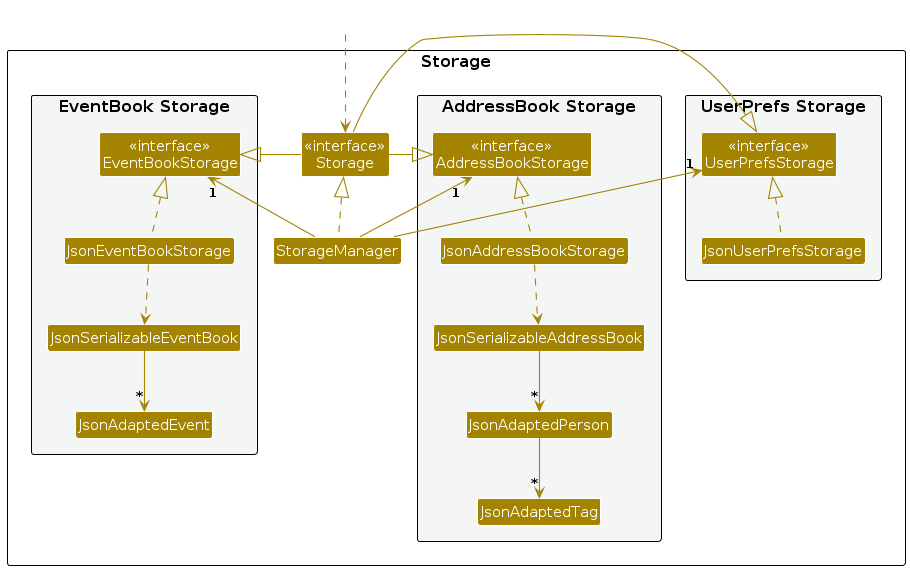
This is diagrams/StorageClassDiagram.png from AriellaCallista/tp, a PlantUML export, as it was before one commit. Its source is kept beside it as diagrams/StorageClassDiagram.puml.
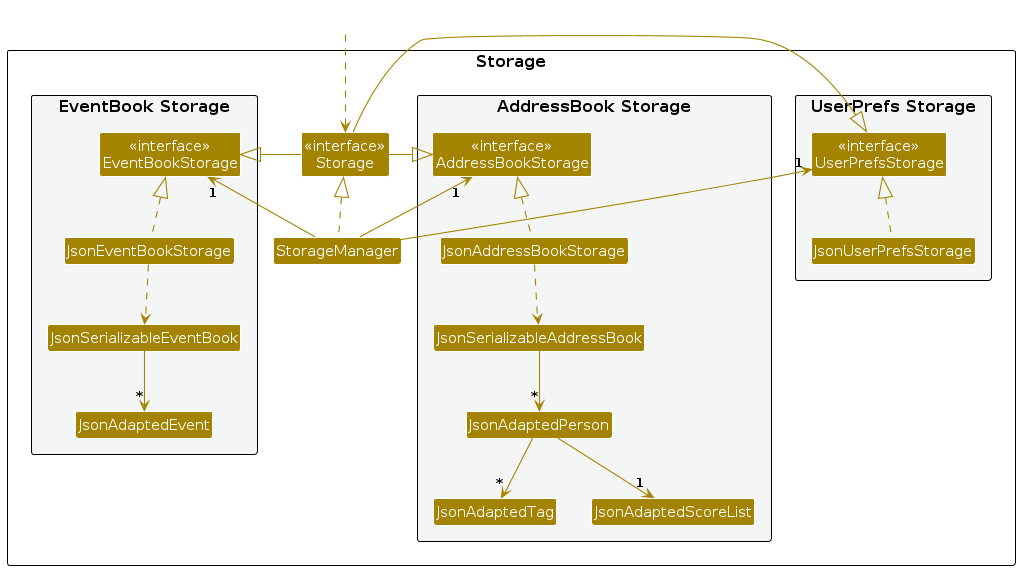
Above is the later version.

The edit, as a diff of the source:
```diff
@@ -20,6 +20,7 @@
 Class JsonSerializableAddressBook
 Class JsonAdaptedPerson
 Class JsonAdaptedTag
+Class JsonAdaptedScoreList
 }
 
 package "EventBook Storage" #F4F6F6{
@@ -48,6 +49,7 @@
 JsonAddressBookStorage ..> JsonSerializableAddressBook
 JsonSerializableAddressBook --> "*" JsonAdaptedPerson
 JsonAdaptedPerson --> "*" JsonAdaptedTag
+JsonAdaptedPerson --> "1" JsonAdaptedScoreList
 JsonEventBookStorage .up.|> EventBookStorage
 JsonEventBookStorage ..> JsonSerializableEventBook
 JsonSerializableEventBook --> "*" JsonAdaptedEvent
```
